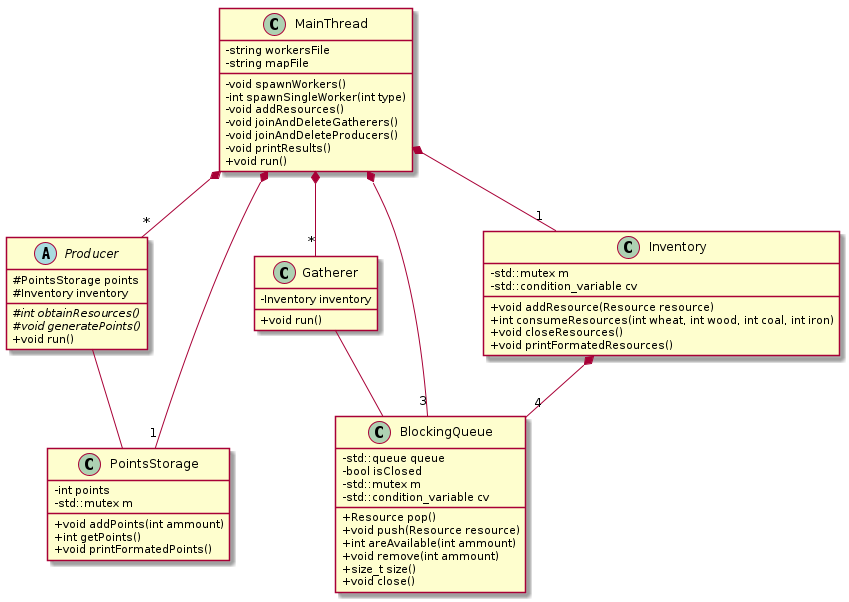
Above: img/diagrama_clases2.png in martinsuarezz/taller-tp2 (PlantUML), before the change.
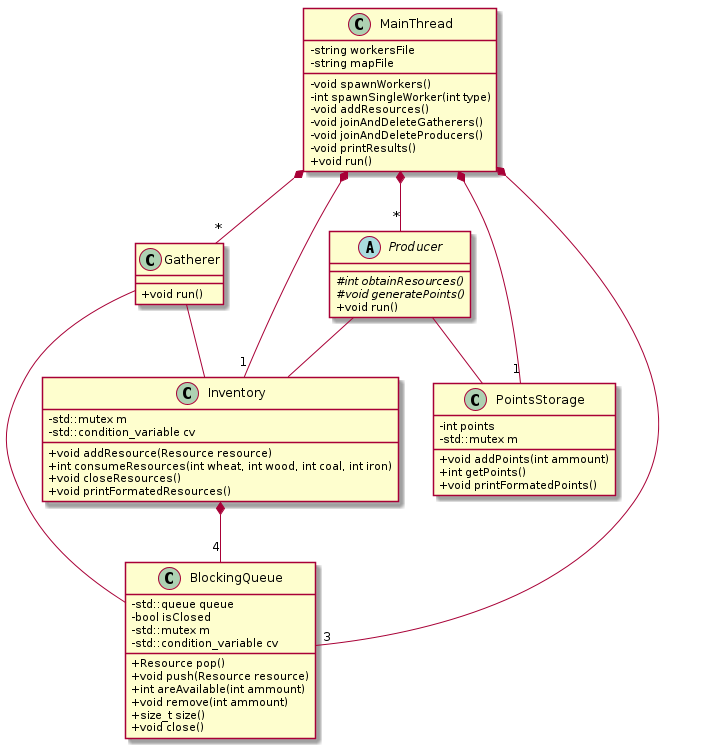
After the commit.

Commit message:
Modificacion de los diagramas

The edit, as a diff of the source:
```diff
@@ -2,15 +2,12 @@
 
 skinparam classAttributeIconSize 0
 abstract class Producer{
-    # PointsStorage points
-    # Inventory inventory
     # {abstract} int obtainResources()
     # {abstract} void generatePoints()
     + void run()
 }
 
 class Gatherer{
-    - Inventory inventory
     + void run()
 }
 
@@ -60,6 +57,8 @@
 MainThread *-- "*" Producer
 MainThread *-- "3" BlockingQueue
 Gatherer -- BlockingQueue
+Gatherer -- Inventory
+Producer -- Inventory
 MainThread *-- "1" Inventory
 Inventory *-- "4" BlockingQueue
 MainThread *-- "1" PointsStorage
```
